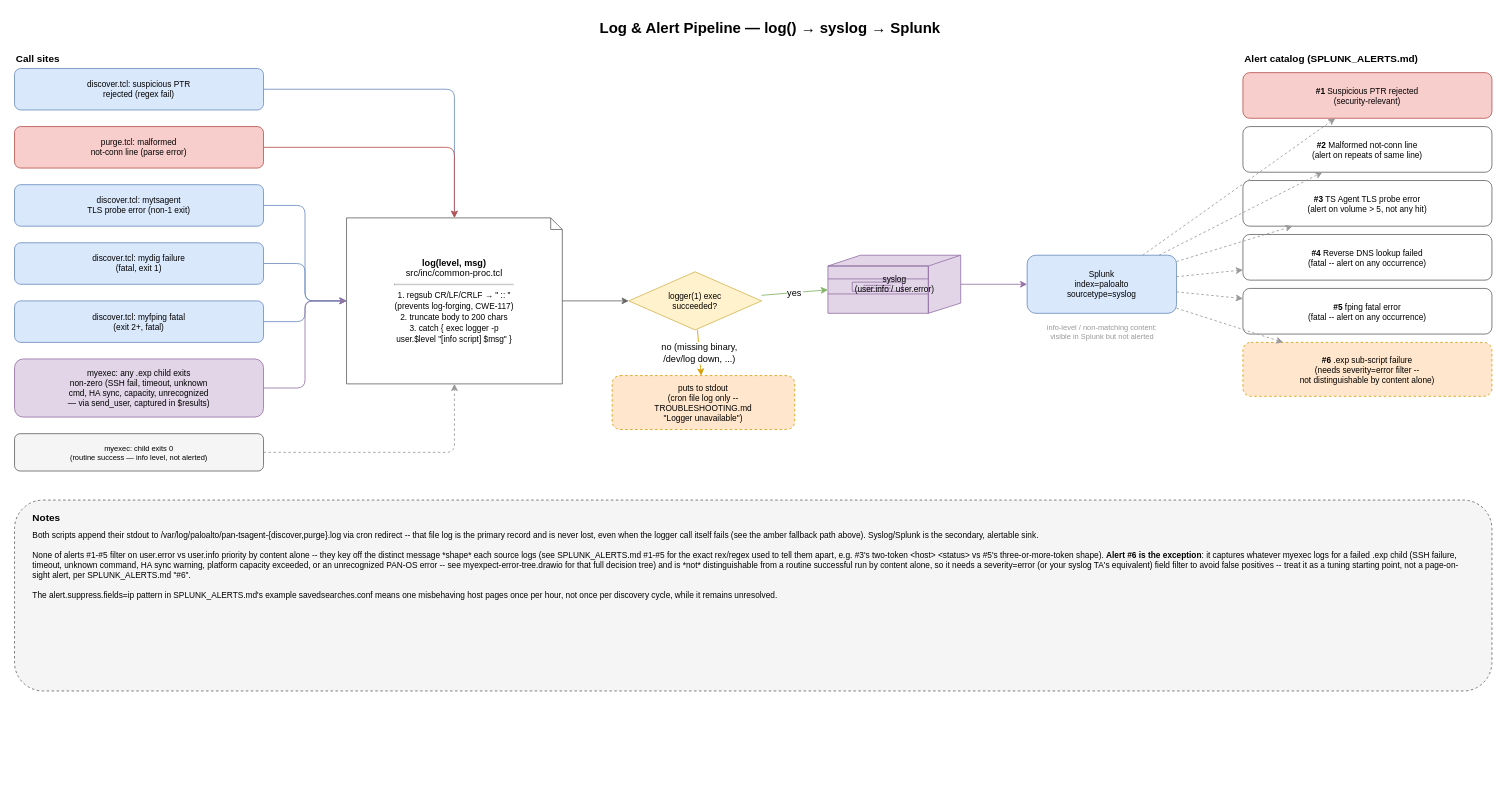
Above: docs/log-alert-pipeline.drawio in nabbi/pan-ts-agent-discovery (draw.io), before the change. Source tidied: cells renumbered, new cells numbered last; positions are measured from the earlier drawing's top-left corner, leaving out a move shared by most shapes. Both pictures are drawn from the tidied source at 83%, with x=0, y=0 at pixel (14, 14).
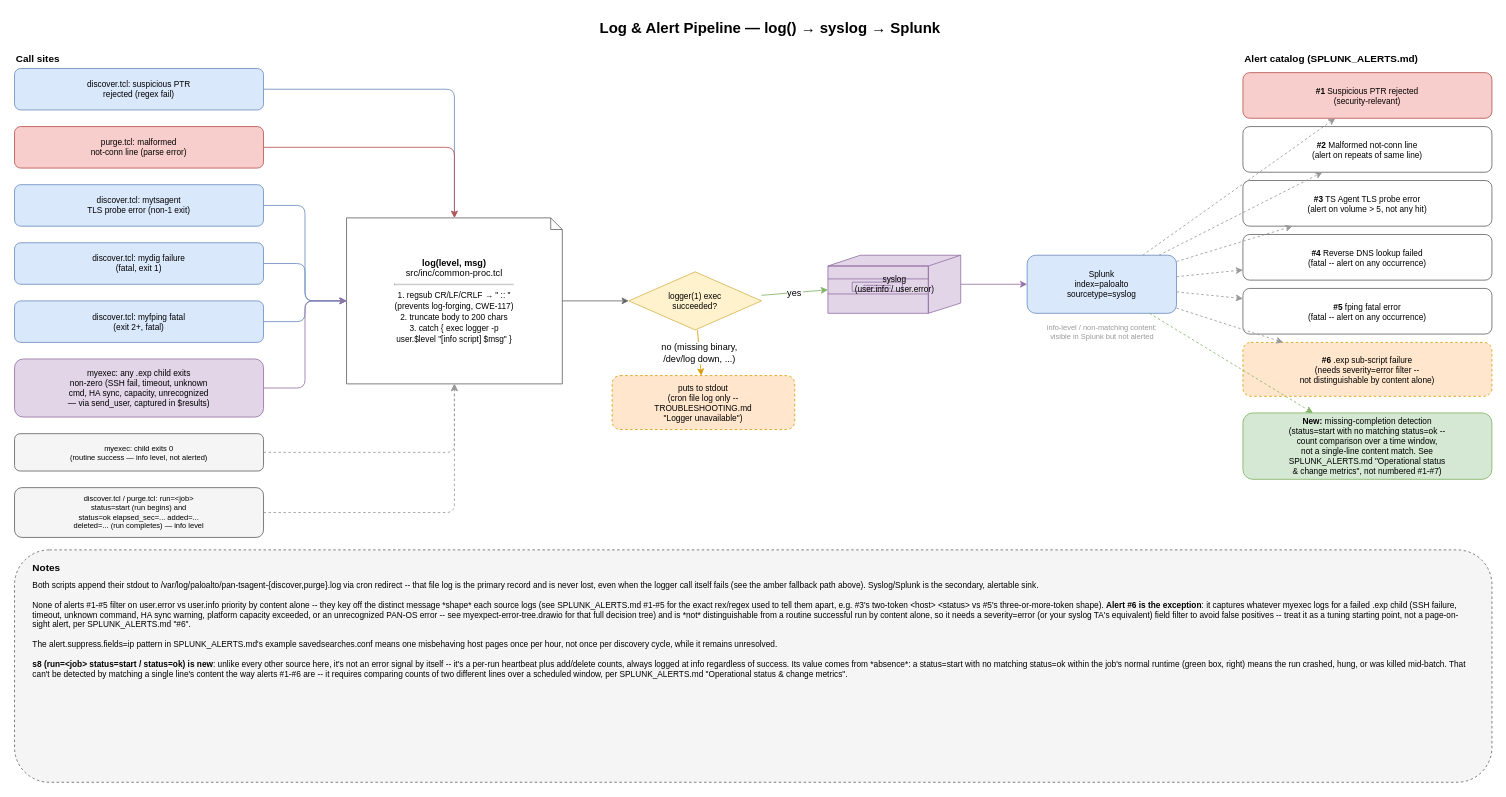
After the change.

Commit message (it also covers changes not shown here):
docs: add run=<job> status=start/status=ok call site to log-alert-pipeline diagram

Reflects the new structured run-status/change-metrics lines added in
0fde8ff: a new "s8" call site box feeding log_proc like the other
info-level sources, plus a distinct green annotation on the alert-catalog
side explaining the missing-completion detection method (count
comparison across a window, not a single-line content match like #1-#6).
Page height and legend expanded to fit; PNG regenerated via drawio2png.

The change refers to these unchanged cells:
```xml
<mxCell id="11" value="&lt;b&gt;log(level, msg)&lt;/b&gt;&lt;br&gt;src/inc/common-proc.tcl&lt;hr&gt;&lt;font size=&quot;1&quot;&gt;1. regsub CR/LF/CRLF &amp;rarr; &amp;quot; :: &amp;quot;&lt;br&gt;(prevents log-forging, CWE-117)&lt;br&gt;2. truncate body to 200 chars&lt;br&gt;3. catch { exec logger -p&lt;br&gt;user.$level &amp;quot;[info script] $msg&amp;quot; }&lt;/font&gt;" style="shape=note;whiteSpace=wrap;fillColor=#FFFFFF;strokeColor=#666666;fontSize=11;html=1;size=14;" parent="1" vertex="1">
  <mxGeometry x="400" y="245" width="260" height="200" as="geometry" />
</mxCell>
<mxCell id="15" value="Splunk&lt;br&gt;index=paloalto&lt;br&gt;sourcetype=syslog" style="rounded=1;whiteSpace=wrap;fillColor=#dae8fc;strokeColor=#6c8ebf;fontSize=10;html=1;" parent="1" vertex="1">
  <mxGeometry x="1220" y="290" width="180" height="70" as="geometry" />
</mxCell>
```

Change to the diagram source:
```diff
@@
+    <mxCell id="44" value="discover.tcl / purge.tcl: run=&amp;lt;job&amp;gt;&lt;br&gt;status=start (run begins) and&lt;br&gt;status=ok elapsed_sec=... added=...&lt;br&gt;deleted=... (run completes) &amp;mdash; info level" style="rounded=1;whiteSpace=wrap;fillColor=#f5f5f5;strokeColor=#666666;fontSize=9;html=1;" parent="1" vertex="1">
+      <mxGeometry y="570" width="300" height="60" as="geometry" />
+    </mxCell>
@@
+    <mxCell id="45" value="&lt;b&gt;New:&lt;/b&gt; missing-completion detection&lt;br&gt;(status=start with no matching status=ok --&lt;br&gt;count comparison over a time window,&lt;br&gt;not a single-line content match. See&lt;br&gt;SPLUNK_ALERTS.md &amp;quot;Operational status&lt;br&gt;&amp;amp; change metrics&amp;quot;, not numbered #1-#7)" style="rounded=1;whiteSpace=wrap;fillColor=#d5e8d4;strokeColor=#82b366;fontSize=10;html=1;" parent="1" vertex="1">
+      <mxGeometry x="1480" y="480" width="300" height="80" as="geometry" />
+    </mxCell>
@@
+    <mxCell id="46" style="strokeColor=#999999;dashed=1;edgeStyle=orthogonalEdgeStyle;" parent="1" edge="1" source="44" target="11">
+      <mxGeometry relative="1" as="geometry" />
+    </mxCell>
@@
+    <mxCell id="47" style="strokeColor=#82b366;dashed=1;" parent="1" edge="1" source="15" target="45">
+      <mxGeometry relative="1" as="geometry" />
+    </mxCell>
     <mxCell id="41" style="rounded=1;whiteSpace=wrap;fillColor=#f5f5f5;strokeColor=#666666;dashed=1;" parent="1" vertex="1">
-      <mxGeometry y="585" width="1780" height="230" as="geometry" />
+      <mxGeometry y="645" width="1780" height="280" as="geometry" />
     </mxCell>
     <mxCell id="42" value="&lt;b&gt;Notes&lt;/b&gt;" style="text;html=1;fontSize=12;align=left;" parent="1" vertex="1">
-      <mxGeometry x="20" y="593" width="200" height="20" as="geometry" />
+      <mxGeometry x="20" y="653" width="200" height="20" as="geometry" />
     </mxCell>
-    <mxCell id="43" value="Both scripts append their stdout to /var/log/paloalto/pan-tsagent-{discover,purge}.log via cron redirect -- that file log is the primary record and is never lost, even when the logger call itself fails (see the amber fallback path above). Syslog/Splunk is the secondary, alertable sink.&lt;br&gt;&lt;br&gt;None of alerts #1-#5 filter on user.error vs user.info priority by content alone -- they key off the distinct message *shape* each source logs (see SPLUNK_ALERTS.md #1-#5 for the exact rex/regex used to tell them apart, e.g. #3&amp;#39;s two-token &amp;lt;host&amp;gt; &amp;lt;status&amp;gt; vs #5&amp;#39;s three-or-more-token shape). &lt;b&gt;Alert #6 is the exception&lt;/b&gt;: it captures whatever myexec logs for a failed .exp child (SSH failure, timeout, unknown command, HA sync warning, platform capacity exceeded, or an unrecognized PAN-OS error -- see myexpect-error-tree.drawio for that full decision tree) and is *not* distinguishable from a routine successful run by content alone, so it needs a severity=error (or your syslog TA&amp;#39;s equivalent) field filter to avoid false positives -- treat it as a tuning starting point, not a page-on-sight alert, per SPLUNK_ALERTS.md &amp;quot;#6&amp;quot;.&lt;br&gt;&lt;br&gt;The alert.suppress.fields=ip pattern in SPLUNK_ALERTS.md&amp;#39;s example savedsearches.conf means one misbehaving host pages once per hour, not once per discovery cycle, while it remains unresolved." style="text;html=1;fontSize=10;align=left;whiteSpace=wrap;" parent="1" vertex="1">
-      <mxGeometry x="20" y="615" width="1740" height="185" as="geometry" />
+    <mxCell id="43" value="Both scripts append their stdout to /var/log/paloalto/pan-tsagent-{discover,purge}.log via cron redirect -- that file log is the primary record and is never lost, even when the logger call itself fails (see the amber fallback path above). Syslog/Splunk is the secondary, alertable sink.&lt;br&gt;&lt;br&gt;None of alerts #1-#5 filter on user.error vs user.info priority by content alone -- they key off the distinct message *shape* each source logs (see SPLUNK_ALERTS.md #1-#5 for the exact rex/regex used to tell them apart, e.g. #3&amp;#39;s two-token &amp;lt;host&amp;gt; &amp;lt;status&amp;gt; vs #5&amp;#39;s three-or-more-token shape). &lt;b&gt;Alert #6 is the exception&lt;/b&gt;: it captures whatever myexec logs for a failed .exp child (SSH failure, timeout, unknown command, HA sync warning, platform capacity exceeded, or an unrecognized PAN-OS error -- see myexpect-error-tree.drawio for that full decision tree) and is *not* distinguishable from a routine successful run by content alone, so it needs a severity=error (or your syslog TA&amp;#39;s equivalent) field filter to avoid false positives -- treat it as a tuning starting point, not a page-on-sight alert, per SPLUNK_ALERTS.md &amp;quot;#6&amp;quot;.&lt;br&gt;&lt;br&gt;The alert.suppress.fields=ip pattern in SPLUNK_ALERTS.md&amp;#39;s example savedsearches.conf means one misbehaving host pages once per hour, not once per discovery cycle, while it remains unresolved.&lt;br&gt;&lt;br&gt;&lt;b&gt;s8 (run=&amp;lt;job&amp;gt; status=start / status=ok) is new&lt;/b&gt;: unlike every other source here, it&amp;#39;s not an error signal by itself -- it&amp;#39;s a per-run heartbeat plus add/delete counts, always logged at info regardless of success. Its value comes from *absence*: a status=start with no matching status=ok within the job&amp;#39;s normal runtime (green box, right) means the run crashed, hung, or was killed mid-batch. That can&amp;#39;t be detected by matching a single line&amp;#39;s content the way alerts #1-#6 are -- it requires comparing counts of two different lines over a scheduled window, per SPLUNK_ALERTS.md &amp;quot;Operational status &amp;amp; change metrics&amp;quot;." style="text;html=1;fontSize=10;align=left;whiteSpace=wrap;" parent="1" vertex="1">
+      <mxGeometry x="20" y="675" width="1740" height="235" as="geometry" />
     </mxCell>
```
